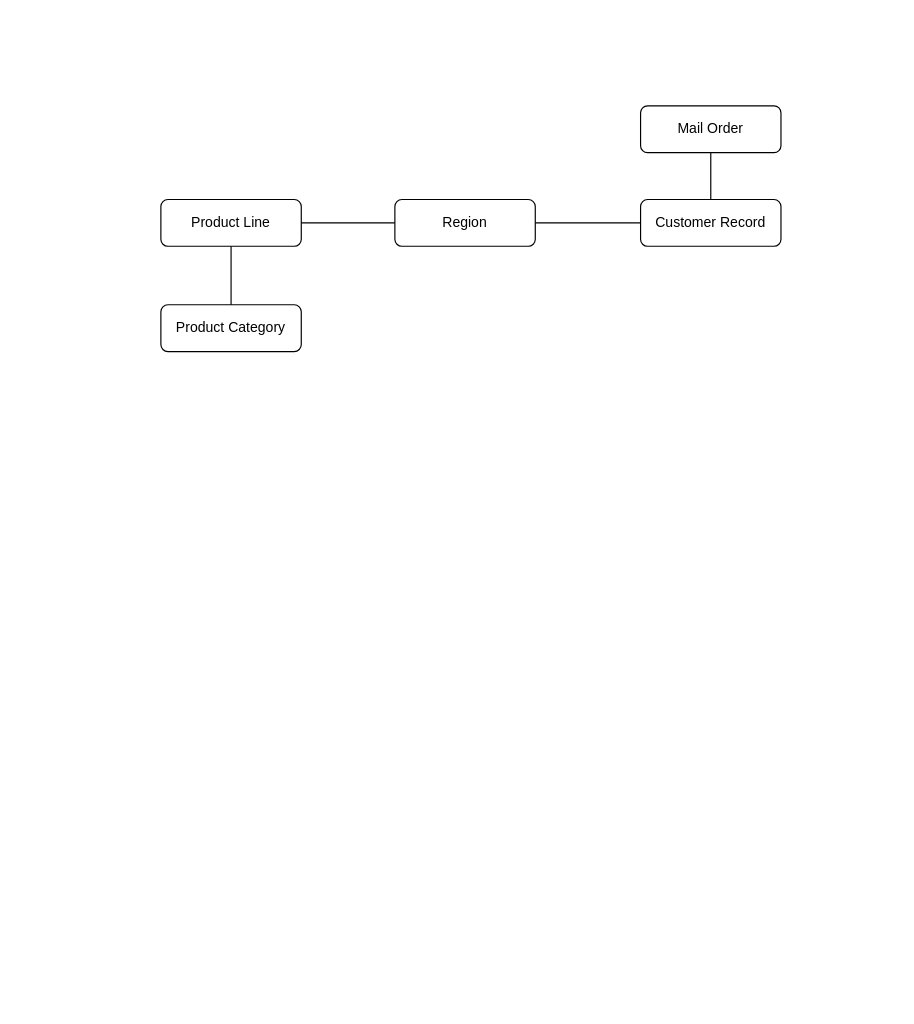
Above: exercise4.1.drawio in waiyanminunt/learning-code-of-school (draw.io), before the change. Source tidied: cells renumbered, new cells numbered last; positions are measured from the earlier drawing's top-left corner, leaving out a move shared by most shapes. Both pictures are drawn from the tidied source at 117%, with x=0, y=0 at pixel (160, 105).
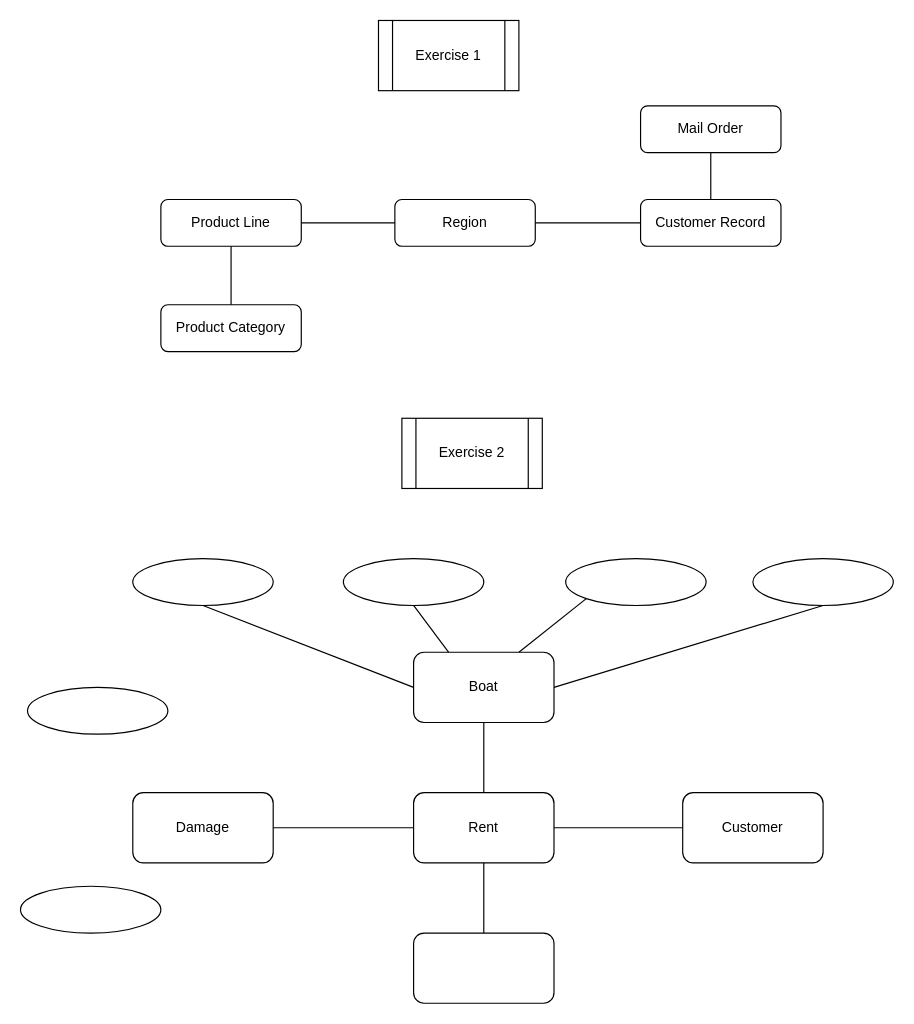
After the change.

What changed in the source:
```diff
@@
+    <mxCell id="11" value="Exercise 1" style="shape=process;whiteSpace=wrap;html=1;backgroundOutline=1;" parent="1" vertex="1">
+      <mxGeometry x="186" y="-73" width="120" height="60" as="geometry" />
+    </mxCell>
+    <mxCell id="12" value="Exercise 2" style="shape=process;whiteSpace=wrap;html=1;backgroundOutline=1;" parent="1" vertex="1">
+      <mxGeometry x="206" y="267" width="120" height="60" as="geometry" />
+    </mxCell>
+    <mxCell id="13" value="Rent" style="rounded=1;whiteSpace=wrap;html=1;" parent="1" vertex="1">
+      <mxGeometry x="216" y="587" width="120" height="60" as="geometry" />
+    </mxCell>
+    <mxCell id="14" value="Damage" style="rounded=1;whiteSpace=wrap;html=1;" parent="1" vertex="1">
+      <mxGeometry x="-24" y="587" width="120" height="60" as="geometry" />
+    </mxCell>
+    <mxCell id="15" value="Customer" style="rounded=1;whiteSpace=wrap;html=1;" parent="1" vertex="1">
+      <mxGeometry x="446" y="587" width="120" height="60" as="geometry" />
+    </mxCell>
+    <mxCell id="16" value="Boat" style="rounded=1;whiteSpace=wrap;html=1;" parent="1" vertex="1">
+      <mxGeometry x="216" y="467" width="120" height="60" as="geometry" />
+    </mxCell>
+    <mxCell id="17" style="endArrow=none;html=1;rounded=0;entryX=0.5;entryY=0;entryDx=0;entryDy=0;exitX=0.5;exitY=1;exitDx=0;exitDy=0;" parent="1" edge="1" source="16" target="13">
+      <mxGeometry relative="1" as="geometry" />
+    </mxCell>
+    <mxCell id="18" style="endArrow=none;html=1;rounded=0;entryX=1;entryY=0.5;entryDx=0;entryDy=0;exitX=0;exitY=0.5;exitDx=0;exitDy=0;" parent="1" edge="1" source="13" target="14">
+      <mxGeometry relative="1" as="geometry" />
+    </mxCell>
+    <mxCell id="19" style="endArrow=none;html=1;rounded=0;entryX=0;entryY=0.5;entryDx=0;entryDy=0;exitX=1;exitY=0.5;exitDx=0;exitDy=0;" parent="1" edge="1" source="13" target="15">
+      <mxGeometry relative="1" as="geometry" />
+    </mxCell>
+    <mxCell id="20" style="rounded=1;whiteSpace=wrap;html=1;" parent="1" vertex="1">
+      <mxGeometry x="216" y="707" width="120" height="60" as="geometry" />
+    </mxCell>
+    <mxCell id="21" style="endArrow=none;html=1;rounded=0;entryX=0.5;entryY=0;entryDx=0;entryDy=0;exitX=0.5;exitY=1;exitDx=0;exitDy=0;" parent="1" edge="1" source="13" target="20">
+      <mxGeometry relative="1" as="geometry" />
+    </mxCell>
+    <mxCell id="22" style="ellipse;whiteSpace=wrap;html=1;" parent="1" vertex="1">
+      <mxGeometry x="346" y="387" width="120" height="40" as="geometry" />
+    </mxCell>
+    <mxCell id="23" style="ellipse;whiteSpace=wrap;html=1;" parent="1" vertex="1">
+      <mxGeometry x="156" y="387" width="120" height="40" as="geometry" />
+    </mxCell>
+    <mxCell id="24" style="ellipse;whiteSpace=wrap;html=1;" parent="1" vertex="1">
+      <mxGeometry x="-24" y="387" width="120" height="40" as="geometry" />
+    </mxCell>
+    <mxCell id="25" style="ellipse;whiteSpace=wrap;html=1;" parent="1" vertex="1">
+      <mxGeometry x="506" y="387" width="120" height="40" as="geometry" />
+    </mxCell>
+    <mxCell id="26" style="endArrow=none;html=1;rounded=0;exitX=0.5;exitY=1;exitDx=0;exitDy=0;entryX=0;entryY=0.5;entryDx=0;entryDy=0;" parent="1" edge="1" source="24" target="16">
+      <mxGeometry relative="1" as="geometry" />
+    </mxCell>
+    <mxCell id="27" style="endArrow=none;html=1;rounded=0;exitX=0.5;exitY=1;exitDx=0;exitDy=0;entryX=0.25;entryY=0;entryDx=0;entryDy=0;" parent="1" edge="1" source="23" target="16">
+      <mxGeometry relative="1" as="geometry" />
+    </mxCell>
+    <mxCell id="28" style="endArrow=none;html=1;rounded=0;exitX=0.75;exitY=0;exitDx=0;exitDy=0;entryX=0;entryY=1;entryDx=0;entryDy=0;" parent="1" edge="1" source="16" target="22">
+      <mxGeometry relative="1" as="geometry" />
+    </mxCell>
+    <mxCell id="29" style="endArrow=none;html=1;rounded=0;exitX=1;exitY=0.5;exitDx=0;exitDy=0;entryX=0.5;entryY=1;entryDx=0;entryDy=0;" parent="1" edge="1" source="16" target="25">
+      <mxGeometry relative="1" as="geometry" />
+    </mxCell>
+    <mxCell id="30" style="ellipse;whiteSpace=wrap;html=1;" parent="1" vertex="1">
+      <mxGeometry x="-114" y="497" width="120" height="40" as="geometry" />
+    </mxCell>
+    <mxCell id="31" style="ellipse;whiteSpace=wrap;html=1;" parent="1" vertex="1">
+      <mxGeometry x="-120" y="667" width="120" height="40" as="geometry" />
+    </mxCell>
```
